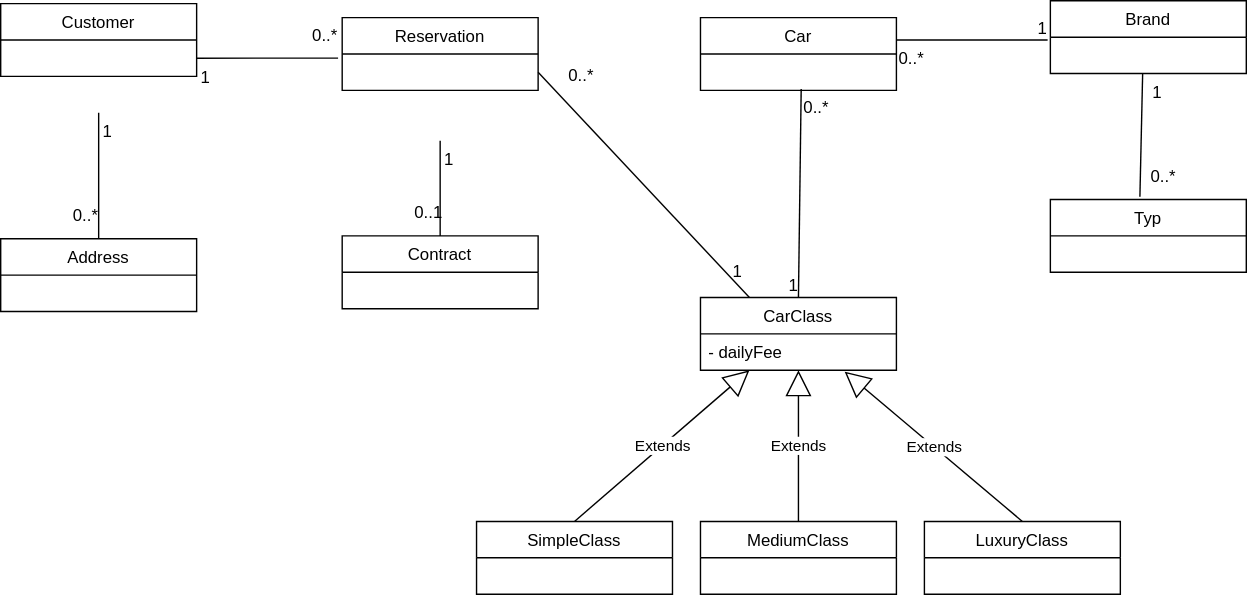
The draw.io diagram docs/images/domain-model.drawio.svg in ragi96/CarRent, before a commit. Source tidied: cells renumbered, new cells last; positions are measured from the earlier drawing's top-left corner, leaving out a move shared by most shapes. Its diagram source:
```xml
<mxGraphModel>
  <root>
    <mxCell id="0" />
    <mxCell id="1" parent="0" />
    <mxCell id="2" value="Customer" style="swimlane;fontStyle=0;horizontal=1;startSize=26;fillColor=none;" parent="1" vertex="1">
      <mxGeometry y="2" width="140" height="52" as="geometry" />
    </mxCell>
    <mxCell id="3" value="Address" style="swimlane;fontStyle=0;horizontal=1;startSize=26;fillColor=none;" parent="1" vertex="1">
      <mxGeometry y="170" width="140" height="52" as="geometry" />
    </mxCell>
    <mxCell id="4" value="CarClass" style="swimlane;fontStyle=0;horizontal=1;startSize=26;fillColor=none;" parent="1" vertex="1">
      <mxGeometry x="500" y="212" width="140" height="52" as="geometry" />
    </mxCell>
    <mxCell id="5" value="- dailyFee" style="text;strokeColor=none;fillColor=none;align=left;verticalAlign=top;spacingLeft=4;spacingRight=4;overflow=hidden;points=[[0,0.5],[1,0.5]];portConstraint=eastwest;" parent="4" vertex="1">
      <mxGeometry y="26" width="140" height="26" as="geometry" />
    </mxCell>
    <mxCell id="6" value="SimpleClass" style="swimlane;fontStyle=0;horizontal=1;startSize=26;fillColor=none;" parent="1" vertex="1">
      <mxGeometry x="340" y="372" width="140" height="52" as="geometry" />
    </mxCell>
    <mxCell id="7" value="Extends" style="endArrow=block;endSize=16;endFill=0;html=1;exitX=0.5;exitY=0;exitDx=0;exitDy=0;entryX=0.25;entryY=1;entryDx=0;entryDy=0;entryPerimeter=0;" parent="1" edge="1" source="6" target="5">
      <mxGeometry relative="1" as="geometry" />
    </mxCell>
    <mxCell id="8" value="MediumClass" style="swimlane;fontStyle=0;horizontal=1;startSize=26;fillColor=none;" parent="1" vertex="1">
      <mxGeometry x="500" y="372" width="140" height="52" as="geometry" />
    </mxCell>
    <mxCell id="9" value="Extends" style="endArrow=block;endSize=16;endFill=0;html=1;exitX=0.5;exitY=0;exitDx=0;exitDy=0;" parent="1" edge="1" source="8" target="5">
      <mxGeometry relative="1" as="geometry" />
    </mxCell>
    <mxCell id="10" value="LuxuryClass" style="swimlane;fontStyle=0;horizontal=1;startSize=26;fillColor=none;" parent="1" vertex="1">
      <mxGeometry x="660" y="372" width="140" height="52" as="geometry" />
    </mxCell>
    <mxCell id="11" value="Extends" style="endArrow=block;endSize=16;endFill=0;html=1;exitX=0.5;exitY=0;exitDx=0;exitDy=0;entryX=0.736;entryY=1.038;entryDx=0;entryDy=0;entryPerimeter=0;" parent="1" edge="1" source="10" target="5">
      <mxGeometry relative="1" as="geometry" />
    </mxCell>
    <mxCell id="12" value="Car" style="swimlane;fontStyle=0;horizontal=1;startSize=26;fillColor=none;" parent="1" vertex="1">
      <mxGeometry x="500" y="12" width="140" height="52" as="geometry" />
    </mxCell>
    <mxCell id="13" style="endArrow=none;html=1;rounded=0;align=center;verticalAlign=top;endFill=0;labelBackgroundColor=none;entryX=0.5;entryY=0;entryDx=0;entryDy=0;exitX=0.514;exitY=0.962;exitDx=0;exitDy=0;exitPerimeter=0;" parent="1" edge="1" target="4">
      <mxGeometry relative="1" as="geometry">
        <mxPoint x="572" y="63" as="sourcePoint" />
      </mxGeometry>
    </mxCell>
    <mxCell id="14" value="0..*" style="html=1;align=left;verticalAlign=top;labelBackgroundColor=none;" parent="13" vertex="1">
      <mxGeometry x="-1" relative="1" as="geometry" />
    </mxCell>
    <mxCell id="15" value="1" style="html=1;align=right;verticalAlign=bottom;labelBackgroundColor=none;" parent="13" vertex="1">
      <mxGeometry x="1" relative="1" as="geometry" />
    </mxCell>
    <mxCell id="16" value="Brand" style="swimlane;fontStyle=0;horizontal=1;startSize=26;fillColor=none;" parent="1" vertex="1">
      <mxGeometry x="750" width="140" height="52" as="geometry" />
    </mxCell>
    <mxCell id="17" style="endArrow=none;html=1;rounded=0;align=center;verticalAlign=top;endFill=0;labelBackgroundColor=none;entryX=-0.014;entryY=0.077;entryDx=0;entryDy=0;entryPerimeter=0;" parent="1" edge="1">
      <mxGeometry relative="1" as="geometry">
        <mxPoint x="640" y="28" as="sourcePoint" />
        <mxPoint x="748" y="28" as="targetPoint" />
      </mxGeometry>
    </mxCell>
    <mxCell id="18" value="0..*" style="html=1;align=left;verticalAlign=top;labelBackgroundColor=none;" parent="17" vertex="1">
      <mxGeometry x="-1" relative="1" as="geometry" />
    </mxCell>
    <mxCell id="19" value="1" style="html=1;align=right;verticalAlign=bottom;labelBackgroundColor=none;" parent="17" vertex="1">
      <mxGeometry x="1" relative="1" as="geometry" />
    </mxCell>
    <mxCell id="20" value="Typ" style="swimlane;fontStyle=0;horizontal=1;startSize=26;fillColor=none;" parent="1" vertex="1">
      <mxGeometry x="750" y="142" width="140" height="52" as="geometry" />
    </mxCell>
    <mxCell id="21" style="endArrow=none;html=1;rounded=0;align=center;verticalAlign=middle;endFill=0;labelBackgroundColor=none;labelPosition=center;verticalLabelPosition=middle;entryX=0.471;entryY=1;entryDx=0;entryDy=0;exitX=0.457;exitY=-0.038;exitDx=0;exitDy=0;entryPerimeter=0;textDirection=ltr;exitPerimeter=0;" parent="1" edge="1" source="20">
      <mxGeometry relative="1" as="geometry">
        <mxPoint x="815.9" y="52" as="targetPoint" />
      </mxGeometry>
    </mxCell>
    <mxCell id="22" value="0..*" style="html=1;align=left;verticalAlign=top;labelBackgroundColor=none;" parent="21" vertex="1">
      <mxGeometry x="-1" relative="1" as="geometry">
        <mxPoint x="6" y="-28" as="offset" />
      </mxGeometry>
    </mxCell>
    <mxCell id="23" value="1" style="html=1;align=right;verticalAlign=bottom;labelBackgroundColor=none;" parent="21" vertex="1">
      <mxGeometry x="1" relative="1" as="geometry">
        <mxPoint x="14" y="22" as="offset" />
      </mxGeometry>
    </mxCell>
    <mxCell id="24" style="endArrow=none;html=1;rounded=0;align=center;verticalAlign=top;endFill=0;labelBackgroundColor=none;exitX=0.5;exitY=0;exitDx=0;exitDy=0;" parent="1" edge="1" source="3">
      <mxGeometry relative="1" as="geometry">
        <mxPoint x="70" y="80" as="targetPoint" />
      </mxGeometry>
    </mxCell>
    <mxCell id="25" value="0..*" style="html=1;align=left;verticalAlign=top;labelBackgroundColor=none;" parent="24" vertex="1">
      <mxGeometry x="-1" relative="1" as="geometry">
        <mxPoint x="-20" y="-30" as="offset" />
      </mxGeometry>
    </mxCell>
    <mxCell id="26" value="1" style="html=1;align=right;verticalAlign=bottom;labelBackgroundColor=none;" parent="24" vertex="1">
      <mxGeometry x="1" relative="1" as="geometry">
        <mxPoint x="10" y="22" as="offset" />
      </mxGeometry>
    </mxCell>
    <mxCell id="27" value="Reservation" style="swimlane;fontStyle=0;horizontal=1;startSize=26;fillColor=none;" parent="1" vertex="1">
      <mxGeometry x="244" y="12" width="140" height="52" as="geometry" />
    </mxCell>
    <mxCell id="28" value="Contract" style="swimlane;fontStyle=0;horizontal=1;startSize=26;fillColor=none;" parent="1" vertex="1">
      <mxGeometry x="244" y="168" width="140" height="52" as="geometry" />
    </mxCell>
    <mxCell id="29" style="endArrow=none;html=1;rounded=0;align=center;verticalAlign=top;endFill=0;labelBackgroundColor=none;exitX=0.5;exitY=0;exitDx=0;exitDy=0;" parent="1" edge="1" source="28">
      <mxGeometry relative="1" as="geometry">
        <mxPoint x="314" y="100" as="targetPoint" />
      </mxGeometry>
    </mxCell>
    <mxCell id="30" value="0..1" style="html=1;align=left;verticalAlign=top;labelBackgroundColor=none;" parent="29" vertex="1">
      <mxGeometry x="-1" relative="1" as="geometry">
        <mxPoint x="-20" y="-30" as="offset" />
      </mxGeometry>
    </mxCell>
    <mxCell id="31" value="1" style="html=1;align=right;verticalAlign=bottom;labelBackgroundColor=none;" parent="29" vertex="1">
      <mxGeometry x="1" relative="1" as="geometry">
        <mxPoint x="10" y="22" as="offset" />
      </mxGeometry>
    </mxCell>
    <mxCell id="32" style="endArrow=none;html=1;rounded=0;align=center;verticalAlign=top;endFill=0;labelBackgroundColor=none;entryX=0.25;entryY=0;entryDx=0;entryDy=0;exitX=1;exitY=0.5;exitDx=0;exitDy=0;" parent="1" edge="1" target="4">
      <mxGeometry relative="1" as="geometry">
        <mxPoint x="384" y="51" as="sourcePoint" />
      </mxGeometry>
    </mxCell>
    <mxCell id="33" value="0..*" style="html=1;align=left;verticalAlign=top;labelBackgroundColor=none;" parent="32" vertex="1">
      <mxGeometry x="-1" relative="1" as="geometry">
        <mxPoint x="20" y="-11" as="offset" />
      </mxGeometry>
    </mxCell>
    <mxCell id="34" value="1" style="html=1;align=right;verticalAlign=bottom;labelBackgroundColor=none;" parent="32" vertex="1">
      <mxGeometry x="1" relative="1" as="geometry">
        <mxPoint x="-5" y="-10" as="offset" />
      </mxGeometry>
    </mxCell>
    <mxCell id="35" style="endArrow=none;html=1;rounded=0;align=center;verticalAlign=top;endFill=0;labelBackgroundColor=none;exitX=-0.021;exitY=0.115;exitDx=0;exitDy=0;entryX=1;entryY=0.5;entryDx=0;entryDy=0;exitPerimeter=0;" parent="1" edge="1">
      <mxGeometry relative="1" as="geometry">
        <mxPoint x="241.1" y="41" as="sourcePoint" />
        <mxPoint x="140" y="41" as="targetPoint" />
      </mxGeometry>
    </mxCell>
    <mxCell id="36" value="0..*" style="html=1;align=left;verticalAlign=top;labelBackgroundColor=none;" parent="35" vertex="1">
      <mxGeometry x="-1" relative="1" as="geometry">
        <mxPoint x="-20" y="-30" as="offset" />
      </mxGeometry>
    </mxCell>
    <mxCell id="37" value="1" style="html=1;align=right;verticalAlign=bottom;labelBackgroundColor=none;" parent="35" vertex="1">
      <mxGeometry x="1" relative="1" as="geometry">
        <mxPoint x="10" y="22" as="offset" />
      </mxGeometry>
    </mxCell>
  </root>
</mxGraphModel>
```
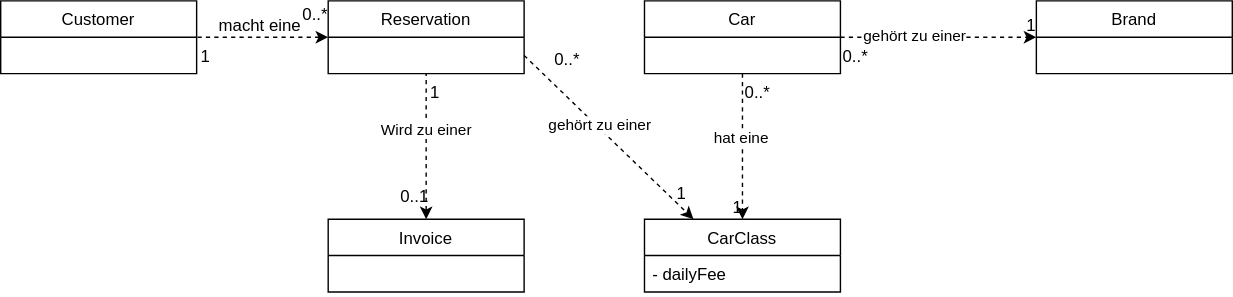
After the change.

Diff of the diagram source:
```diff
@@ -3,42 +3,19 @@
     <mxCell id="0" />
     <mxCell id="1" parent="0" />
     <mxCell id="2" value="Customer" style="swimlane;fontStyle=0;horizontal=1;startSize=26;fillColor=none;" parent="1" vertex="1">
-      <mxGeometry y="2" width="140" height="52" as="geometry" />
+      <mxGeometry x="10" y="12" width="140" height="52" as="geometry" />
     </mxCell>
-    <mxCell id="3" value="Address" style="swimlane;fontStyle=0;horizontal=1;startSize=26;fillColor=none;" parent="1" vertex="1">
-      <mxGeometry y="170" width="140" height="52" as="geometry" />
-    </mxCell>
     <mxCell id="4" value="CarClass" style="swimlane;fontStyle=0;horizontal=1;startSize=26;fillColor=none;" parent="1" vertex="1">
-      <mxGeometry x="500" y="212" width="140" height="52" as="geometry" />
+      <mxGeometry x="470" y="168" width="140" height="52" as="geometry" />
     </mxCell>
     <mxCell id="5" value="- dailyFee" style="text;strokeColor=none;fillColor=none;align=left;verticalAlign=top;spacingLeft=4;spacingRight=4;overflow=hidden;points=[[0,0.5],[1,0.5]];portConstraint=eastwest;" parent="4" vertex="1">
       <mxGeometry y="26" width="140" height="26" as="geometry" />
     </mxCell>
-    <mxCell id="6" value="SimpleClass" style="swimlane;fontStyle=0;horizontal=1;startSize=26;fillColor=none;" parent="1" vertex="1">
-      <mxGeometry x="340" y="372" width="140" height="52" as="geometry" />
-    </mxCell>
-    <mxCell id="7" value="Extends" style="endArrow=block;endSize=16;endFill=0;html=1;exitX=0.5;exitY=0;exitDx=0;exitDy=0;entryX=0.25;entryY=1;entryDx=0;entryDy=0;entryPerimeter=0;" parent="1" edge="1" source="6" target="5">
-      <mxGeometry relative="1" as="geometry" />
-    </mxCell>
-    <mxCell id="8" value="MediumClass" style="swimlane;fontStyle=0;horizontal=1;startSize=26;fillColor=none;" parent="1" vertex="1">
-      <mxGeometry x="500" y="372" width="140" height="52" as="geometry" />
-    </mxCell>
-    <mxCell id="9" value="Extends" style="endArrow=block;endSize=16;endFill=0;html=1;exitX=0.5;exitY=0;exitDx=0;exitDy=0;" parent="1" edge="1" source="8" target="5">
-      <mxGeometry relative="1" as="geometry" />
-    </mxCell>
-    <mxCell id="10" value="LuxuryClass" style="swimlane;fontStyle=0;horizontal=1;startSize=26;fillColor=none;" parent="1" vertex="1">
-      <mxGeometry x="660" y="372" width="140" height="52" as="geometry" />
-    </mxCell>
-    <mxCell id="11" value="Extends" style="endArrow=block;endSize=16;endFill=0;html=1;exitX=0.5;exitY=0;exitDx=0;exitDy=0;entryX=0.736;entryY=1.038;entryDx=0;entryDy=0;entryPerimeter=0;" parent="1" edge="1" source="10" target="5">
-      <mxGeometry relative="1" as="geometry" />
-    </mxCell>
     <mxCell id="12" value="Car" style="swimlane;fontStyle=0;horizontal=1;startSize=26;fillColor=none;" parent="1" vertex="1">
-      <mxGeometry x="500" y="12" width="140" height="52" as="geometry" />
+      <mxGeometry x="470" y="12" width="140" height="52" as="geometry" />
     </mxCell>
-    <mxCell id="13" style="endArrow=none;html=1;rounded=0;align=center;verticalAlign=top;endFill=0;labelBackgroundColor=none;entryX=0.5;entryY=0;entryDx=0;entryDy=0;exitX=0.514;exitY=0.962;exitDx=0;exitDy=0;exitPerimeter=0;" parent="1" edge="1" target="4">
-      <mxGeometry relative="1" as="geometry">
-        <mxPoint x="572" y="63" as="sourcePoint" />
-      </mxGeometry>
+    <mxCell id="13" style="endArrow=classic;html=1;rounded=0;align=center;verticalAlign=top;endFill=1;labelBackgroundColor=none;entryX=0.5;entryY=0;entryDx=0;entryDy=0;exitX=0.5;exitY=1;exitDx=0;exitDy=0;dashed=1;startArrow=none;startFill=0;" parent="1" edge="1" source="12" target="4">
+      <mxGeometry relative="1" as="geometry" />
     </mxCell>
     <mxCell id="14" value="0..*" style="html=1;align=left;verticalAlign=top;labelBackgroundColor=none;" parent="13" vertex="1">
       <mxGeometry x="-1" relative="1" as="geometry" />
@@ -46,14 +23,14 @@
     <mxCell id="15" value="1" style="html=1;align=right;verticalAlign=bottom;labelBackgroundColor=none;" parent="13" vertex="1">
       <mxGeometry x="1" relative="1" as="geometry" />
     </mxCell>
+    <mxCell id="38" value="hat eine" style="edgeLabel;html=1;align=center;verticalAlign=middle;" parent="13" vertex="1">
+      <mxGeometry x="-0.13" y="-2" relative="1" as="geometry" />
+    </mxCell>
     <mxCell id="16" value="Brand" style="swimlane;fontStyle=0;horizontal=1;startSize=26;fillColor=none;" parent="1" vertex="1">
-      <mxGeometry x="750" width="140" height="52" as="geometry" />
+      <mxGeometry x="750" y="12" width="140" height="52" as="geometry" />
     </mxCell>
-    <mxCell id="17" style="endArrow=none;html=1;rounded=0;align=center;verticalAlign=top;endFill=0;labelBackgroundColor=none;entryX=-0.014;entryY=0.077;entryDx=0;entryDy=0;entryPerimeter=0;" parent="1" edge="1">
-      <mxGeometry relative="1" as="geometry">
-        <mxPoint x="640" y="28" as="sourcePoint" />
-        <mxPoint x="748" y="28" as="targetPoint" />
-      </mxGeometry>
+    <mxCell id="17" style="endArrow=classic;html=1;rounded=0;align=center;verticalAlign=top;endFill=1;labelBackgroundColor=none;entryX=0;entryY=0.5;entryDx=0;entryDy=0;exitX=1;exitY=0.5;exitDx=0;exitDy=0;dashed=1;" parent="1" edge="1" source="12" target="16">
+      <mxGeometry relative="1" as="geometry" />
     </mxCell>
     <mxCell id="18" value="0..*" style="html=1;align=left;verticalAlign=top;labelBackgroundColor=none;" parent="17" vertex="1">
       <mxGeometry x="-1" relative="1" as="geometry" />
@@ -61,49 +38,17 @@
     <mxCell id="19" value="1" style="html=1;align=right;verticalAlign=bottom;labelBackgroundColor=none;" parent="17" vertex="1">
       <mxGeometry x="1" relative="1" as="geometry" />
     </mxCell>
-    <mxCell id="20" value="Typ" style="swimlane;fontStyle=0;horizontal=1;startSize=26;fillColor=none;" parent="1" vertex="1">
-      <mxGeometry x="750" y="142" width="140" height="52" as="geometry" />
-    </mxCell>
-    <mxCell id="21" style="endArrow=none;html=1;rounded=0;align=center;verticalAlign=middle;endFill=0;labelBackgroundColor=none;labelPosition=center;verticalLabelPosition=middle;entryX=0.471;entryY=1;entryDx=0;entryDy=0;exitX=0.457;exitY=-0.038;exitDx=0;exitDy=0;entryPerimeter=0;textDirection=ltr;exitPerimeter=0;" parent="1" edge="1" source="20">
-      <mxGeometry relative="1" as="geometry">
-        <mxPoint x="815.9" y="52" as="targetPoint" />
-      </mxGeometry>
-    </mxCell>
-    <mxCell id="22" value="0..*" style="html=1;align=left;verticalAlign=top;labelBackgroundColor=none;" parent="21" vertex="1">
-      <mxGeometry x="-1" relative="1" as="geometry">
-        <mxPoint x="6" y="-28" as="offset" />
-      </mxGeometry>
-    </mxCell>
-    <mxCell id="23" value="1" style="html=1;align=right;verticalAlign=bottom;labelBackgroundColor=none;" parent="21" vertex="1">
-      <mxGeometry x="1" relative="1" as="geometry">
-        <mxPoint x="14" y="22" as="offset" />
-      </mxGeometry>
-    </mxCell>
-    <mxCell id="24" style="endArrow=none;html=1;rounded=0;align=center;verticalAlign=top;endFill=0;labelBackgroundColor=none;exitX=0.5;exitY=0;exitDx=0;exitDy=0;" parent="1" edge="1" source="3">
-      <mxGeometry relative="1" as="geometry">
-        <mxPoint x="70" y="80" as="targetPoint" />
-      </mxGeometry>
-    </mxCell>
-    <mxCell id="25" value="0..*" style="html=1;align=left;verticalAlign=top;labelBackgroundColor=none;" parent="24" vertex="1">
-      <mxGeometry x="-1" relative="1" as="geometry">
-        <mxPoint x="-20" y="-30" as="offset" />
-      </mxGeometry>
-    </mxCell>
-    <mxCell id="26" value="1" style="html=1;align=right;verticalAlign=bottom;labelBackgroundColor=none;" parent="24" vertex="1">
-      <mxGeometry x="1" relative="1" as="geometry">
-        <mxPoint x="10" y="22" as="offset" />
-      </mxGeometry>
-    </mxCell>
+    <mxCell id="39" value="gehört zu einer" style="edgeLabel;html=1;align=center;verticalAlign=middle;" parent="17" vertex="1">
+      <mxGeometry x="-0.25" y="2" relative="1" as="geometry" />
+    </mxCell>
     <mxCell id="27" value="Reservation" style="swimlane;fontStyle=0;horizontal=1;startSize=26;fillColor=none;" parent="1" vertex="1">
       <mxGeometry x="244" y="12" width="140" height="52" as="geometry" />
     </mxCell>
-    <mxCell id="28" value="Contract" style="swimlane;fontStyle=0;horizontal=1;startSize=26;fillColor=none;" parent="1" vertex="1">
+    <mxCell id="28" value="Invoice" style="swimlane;fontStyle=0;horizontal=1;startSize=26;fillColor=none;" parent="1" vertex="1">
       <mxGeometry x="244" y="168" width="140" height="52" as="geometry" />
     </mxCell>
-    <mxCell id="29" style="endArrow=none;html=1;rounded=0;align=center;verticalAlign=top;endFill=0;labelBackgroundColor=none;exitX=0.5;exitY=0;exitDx=0;exitDy=0;" parent="1" edge="1" source="28">
-      <mxGeometry relative="1" as="geometry">
-        <mxPoint x="314" y="100" as="targetPoint" />
-      </mxGeometry>
+    <mxCell id="29" style="endArrow=none;html=1;rounded=0;align=center;verticalAlign=top;endFill=0;labelBackgroundColor=none;exitX=0.5;exitY=0;exitDx=0;exitDy=0;entryX=0.5;entryY=1;entryDx=0;entryDy=0;dashed=1;startArrow=classic;startFill=1;" parent="1" edge="1" source="28" target="27">
+      <mxGeometry relative="1" as="geometry" />
     </mxCell>
     <mxCell id="30" value="0..1" style="html=1;align=left;verticalAlign=top;labelBackgroundColor=none;" parent="29" vertex="1">
       <mxGeometry x="-1" relative="1" as="geometry">
@@ -115,7 +60,10 @@
         <mxPoint x="10" y="22" as="offset" />
       </mxGeometry>
     </mxCell>
+    <mxCell id="40" value="Wird zu einer" style="edgeLabel;html=1;align=center;verticalAlign=middle;" parent="29" vertex="1">
+      <mxGeometry x="0.25" y="1" relative="1" as="geometry" />
+    </mxCell>
-    <mxCell id="32" style="endArrow=none;html=1;rounded=0;align=center;verticalAlign=top;endFill=0;labelBackgroundColor=none;entryX=0.25;entryY=0;entryDx=0;entryDy=0;exitX=1;exitY=0.5;exitDx=0;exitDy=0;" parent="1" edge="1" target="4">
+    <mxCell id="32" style="endArrow=classic;html=1;rounded=0;align=center;verticalAlign=top;endFill=1;labelBackgroundColor=none;entryX=0.25;entryY=0;entryDx=0;entryDy=0;exitX=1;exitY=0.5;exitDx=0;exitDy=0;dashed=1;startArrow=none;startFill=0;" parent="1" edge="1" target="4">
       <mxGeometry relative="1" as="geometry">
         <mxPoint x="384" y="51" as="sourcePoint" />
       </mxGeometry>
@@ -130,11 +78,11 @@
         <mxPoint x="-5" y="-10" as="offset" />
       </mxGeometry>
     </mxCell>
+    <mxCell id="41" value="gehört zu einer" style="edgeLabel;html=1;align=center;verticalAlign=middle;" parent="32" vertex="1">
+      <mxGeometry x="-0.13" y="2" relative="1" as="geometry" />
+    </mxCell>
-    <mxCell id="35" style="endArrow=none;html=1;rounded=0;align=center;verticalAlign=top;endFill=0;labelBackgroundColor=none;exitX=-0.021;exitY=0.115;exitDx=0;exitDy=0;entryX=1;entryY=0.5;entryDx=0;entryDy=0;exitPerimeter=0;" parent="1" edge="1">
-      <mxGeometry relative="1" as="geometry">
-        <mxPoint x="241.1" y="41" as="sourcePoint" />
-        <mxPoint x="140" y="41" as="targetPoint" />
-      </mxGeometry>
+    <mxCell id="35" style="endArrow=none;html=1;rounded=0;align=center;verticalAlign=top;endFill=0;labelBackgroundColor=none;exitX=0;exitY=0.5;exitDx=0;exitDy=0;entryX=1;entryY=0.5;entryDx=0;entryDy=0;startArrow=classic;startFill=1;dashed=1;" parent="1" edge="1" source="27" target="2">
+      <mxGeometry relative="1" as="geometry" />
     </mxCell>
     <mxCell id="36" value="0..*" style="html=1;align=left;verticalAlign=top;labelBackgroundColor=none;" parent="35" vertex="1">
       <mxGeometry x="-1" relative="1" as="geometry">
@@ -146,5 +94,8 @@
         <mxPoint x="10" y="22" as="offset" />
       </mxGeometry>
     </mxCell>
+    <mxCell id="42" value="macht eine" style="text;html=1;align=center;verticalAlign=middle;strokeColor=none;" parent="1" vertex="1">
+      <mxGeometry x="160" y="20" width="70" height="20" as="geometry" />
+    </mxCell>
   </root>
 </mxGraphModel>
```
